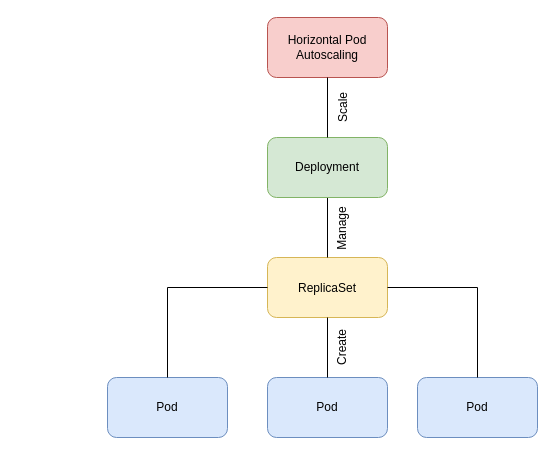
balbir97/CKA keeps this draw.io diagram as Deployment.drawio. Above is the earlier version. Source tidied: cells renumbered, new cells numbered last; positions are measured from the earlier drawing's top-left corner, leaving out a move shared by most shapes. Both pictures are drawn from the tidied source at 100%, with x=0, y=0 at pixel (107, 17).
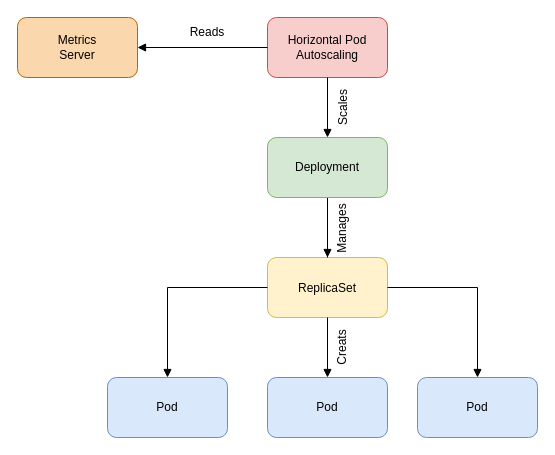
The same diagram, later.

The change refers to these unchanged cells:
```xml
<mxCell id="2" style="rounded=1;whiteSpace=wrap;html=1;fillColor=#f8cecc;strokeColor=#b85450;" parent="1" vertex="1">
  <mxGeometry x="160" width="120" height="60" as="geometry" />
</mxCell>
<mxCell id="5" style="rounded=1;whiteSpace=wrap;html=1;fillColor=#dae8fc;strokeColor=#6c8ebf;" parent="1" vertex="1">
  <mxGeometry y="360" width="120" height="60" as="geometry" />
</mxCell>
<mxCell id="7" style="rounded=1;whiteSpace=wrap;html=1;fillColor=#fff2cc;strokeColor=#d6b656;" parent="1" vertex="1">
  <mxGeometry x="160" y="240" width="120" height="60" as="geometry" />
</mxCell>
<mxCell id="9" style="rounded=1;whiteSpace=wrap;html=1;fillColor=#d5e8d4;strokeColor=#82b366;" parent="1" vertex="1">
  <mxGeometry x="160" y="120" width="120" height="60" as="geometry" />
</mxCell>
```

The edit, as a diff of the source:
```diff
@@
-    <mxCell id="8" style="edgeStyle=orthogonalEdgeStyle;rounded=1;jettySize=auto;html=1;curved=0;strokeColor=none;" parent="1" edge="1" source="9" target="7">
+    <mxCell id="8" style="edgeStyle=orthogonalEdgeStyle;rounded=0;jettySize=auto;html=1;curved=0;strokeColor=default;startArrow=none;startFill=0;endArrow=block;endFill=1;" parent="1" edge="1" source="9" target="7">
       <mxGeometry relative="1" as="geometry" />
     </mxCell>
@@
-    <mxCell id="10" style="endArrow=none;html=1;rounded=0;exitX=0.5;exitY=0;exitDx=0;exitDy=0;" parent="1" edge="1" source="9">
+    <mxCell id="10" style="endArrow=none;html=1;rounded=0;exitX=0.5;exitY=0;exitDx=0;exitDy=0;startArrow=block;startFill=1;" parent="1" edge="1" source="9">
       <mxGeometry relative="1" as="geometry">
         <mxPoint x="220" y="60" as="targetPoint" />
         <Array as="points">
           <mxPoint x="220" y="60" />
         </Array>
       </mxGeometry>
     </mxCell>
@@
-    <mxCell id="12" style="endArrow=none;html=1;rounded=0;exitX=1;exitY=0.5;exitDx=0;exitDy=0;" parent="1" edge="1" source="7">
+    <mxCell id="12" style="endArrow=block;html=1;rounded=0;exitX=1;exitY=0.5;exitDx=0;exitDy=0;startArrow=none;startFill=0;endFill=1;" parent="1" edge="1" source="7">
       <mxGeometry relative="1" as="geometry">
         <mxPoint x="370" y="360" as="targetPoint" />
         <Array as="points">
           <mxPoint x="370" y="270" />
         </Array>
       </mxGeometry>
     </mxCell>
-    <mxCell id="13" style="endArrow=none;html=1;rounded=0;exitX=0.5;exitY=0;exitDx=0;exitDy=0;" parent="1" edge="1" source="5">
+    <mxCell id="13" style="endArrow=none;html=1;rounded=0;exitX=0.5;exitY=0;exitDx=0;exitDy=0;endFill=0;startArrow=block;startFill=1;" parent="1" edge="1" source="5">
       <mxGeometry relative="1" as="geometry">
         <mxPoint x="160" y="270" as="targetPoint" />
         <Array as="points">
           <mxPoint x="60" y="270" />
         </Array>
       </mxGeometry>
     </mxCell>
-    <mxCell id="14" style="endArrow=none;html=1;rounded=0;" parent="1" edge="1">
+    <mxCell id="14" style="endArrow=none;html=1;rounded=0;endFill=0;startArrow=block;startFill=1;" parent="1" edge="1">
       <mxGeometry relative="1" as="geometry">
         <mxPoint x="220" y="360" as="sourcePoint" />
         <mxPoint x="220" y="300" as="targetPoint" />
       </mxGeometry>
     </mxCell>
@@
-    <mxCell id="21" value="Scale" style="text;html=1;align=center;verticalAlign=middle;whiteSpace=wrap;rounded=0;horizontal=0;" parent="1" vertex="1">
+    <mxCell id="21" value="Scales" style="text;html=1;align=center;verticalAlign=middle;whiteSpace=wrap;rounded=0;horizontal=0;" parent="1" vertex="1">
       <mxGeometry x="206" y="75" width="60" height="30" as="geometry" />
     </mxCell>
-    <mxCell id="22" value="Manage" style="text;html=1;align=center;verticalAlign=middle;whiteSpace=wrap;rounded=0;horizontal=0;" parent="1" vertex="1">
+    <mxCell id="22" value="Manages" style="text;html=1;align=center;verticalAlign=middle;whiteSpace=wrap;rounded=0;horizontal=0;" parent="1" vertex="1">
       <mxGeometry x="205" y="196" width="60" height="30" as="geometry" />
     </mxCell>
-    <mxCell id="23" value="Create" style="text;html=1;align=center;verticalAlign=middle;whiteSpace=wrap;rounded=0;horizontal=0;" parent="1" vertex="1">
+    <mxCell id="23" value="Creats" style="text;html=1;align=center;verticalAlign=middle;whiteSpace=wrap;rounded=0;horizontal=0;" parent="1" vertex="1">
       <mxGeometry x="205" y="315" width="60" height="30" as="geometry" />
     </mxCell>
+    <mxCell id="24" style="rounded=1;whiteSpace=wrap;html=1;fillColor=#fad7ac;strokeColor=#b46504;" parent="1" vertex="1">
+      <mxGeometry x="-90" width="120" height="60" as="geometry" />
+    </mxCell>
+    <mxCell id="25" value="Metrics Server" style="text;html=1;align=center;verticalAlign=middle;whiteSpace=wrap;rounded=0;" parent="1" vertex="1">
+      <mxGeometry x="-60" y="15" width="60" height="30" as="geometry" />
+    </mxCell>
+    <mxCell id="26" style="endArrow=none;html=1;rounded=1;entryX=0;entryY=0.5;entryDx=0;entryDy=0;strokeColor=default;curved=0;startArrow=block;startFill=1;" parent="1" edge="1" target="2">
+      <mxGeometry relative="1" as="geometry">
+        <mxPoint x="30" y="30" as="sourcePoint" />
+      </mxGeometry>
+    </mxCell>
+    <mxCell id="27" value="Reads" style="text;html=1;align=center;verticalAlign=middle;whiteSpace=wrap;rounded=0;" parent="1" vertex="1">
+      <mxGeometry x="70" width="60" height="30" as="geometry" />
+    </mxCell>
```
